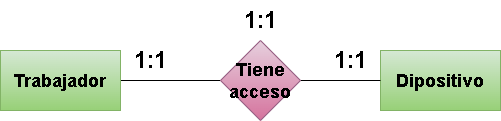
Darkoscurito/Base-de-datos keeps this draw.io diagram as (Unidad-2) (Tarea-3)/img/Ejercicio03.drawio.png. Above is the earlier version. Source tidied: cells renumbered, new cells last; positions are measured from the earlier drawing's top-left corner, leaving out a move shared by most shapes. Source of this version:
```xml
<mxGraphModel>
  <root>
    <mxCell id="0" />
    <mxCell id="1" parent="0" />
    <mxCell id="2" style="edgeStyle=none;html=1;entryX=0;entryY=0.5;entryDx=0;entryDy=0;fontSize=24;endArrow=none;endFill=0;" parent="1" edge="1" source="3" target="6">
      <mxGeometry relative="1" as="geometry" />
    </mxCell>
    <mxCell id="3" value="&lt;h2&gt;&lt;b&gt;Trabajador&lt;/b&gt;&lt;/h2&gt;" style="rounded=0;whiteSpace=wrap;html=1;fillColor=#d5e8d4;strokeColor=#82b366;gradientColor=#97d077;" parent="1" vertex="1">
      <mxGeometry y="50" width="120" height="60" as="geometry" />
    </mxCell>
    <mxCell id="4" value="&lt;h2&gt;&lt;b&gt;Dipositivo&lt;/b&gt;&lt;/h2&gt;" style="rounded=0;whiteSpace=wrap;html=1;fillColor=#d5e8d4;strokeColor=#82b366;gradientColor=#97d077;" parent="1" vertex="1">
      <mxGeometry x="380" y="50" width="120" height="60" as="geometry" />
    </mxCell>
    <mxCell id="5" style="edgeStyle=none;html=1;entryX=0;entryY=0.5;entryDx=0;entryDy=0;fontSize=24;endArrow=none;endFill=0;" parent="1" edge="1" source="6" target="4">
      <mxGeometry relative="1" as="geometry" />
    </mxCell>
    <mxCell id="6" value="&lt;h2&gt;Tiene acceso&lt;/h2&gt;" style="rhombus;whiteSpace=wrap;html=1;fillColor=#e6d0de;strokeColor=#996185;gradientColor=#d5739d;" parent="1" vertex="1">
      <mxGeometry x="220" y="40" width="80" height="80" as="geometry" />
    </mxCell>
    <mxCell id="7" value="&lt;b&gt;1:1&lt;/b&gt;" style="text;html=1;align=center;verticalAlign=middle;strokeColor=none;fillColor=none;fontSize=24;" parent="1" vertex="1">
      <mxGeometry x="120" y="40" width="60" height="40" as="geometry" />
    </mxCell>
    <mxCell id="8" value="&lt;b&gt;1:1&lt;/b&gt;" style="text;html=1;align=center;verticalAlign=middle;strokeColor=none;fillColor=none;fontSize=24;" parent="1" vertex="1">
      <mxGeometry x="320" y="40" width="60" height="40" as="geometry" />
    </mxCell>
    <mxCell id="9" value="&lt;b&gt;1:1&lt;/b&gt;" style="text;html=1;align=center;verticalAlign=middle;strokeColor=none;fillColor=none;fontSize=24;" parent="1" vertex="1">
      <mxGeometry x="230" width="60" height="40" as="geometry" />
    </mxCell>
  </root>
</mxGraphModel>
```
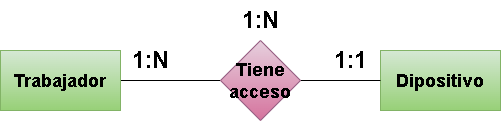
After the commit.

The edit, as a diff of the source:
```diff
@@ -17,13 +17,13 @@
     <mxCell id="6" value="&lt;h2&gt;Tiene acceso&lt;/h2&gt;" style="rhombus;whiteSpace=wrap;html=1;fillColor=#e6d0de;strokeColor=#996185;gradientColor=#d5739d;" parent="1" vertex="1">
       <mxGeometry x="220" y="40" width="80" height="80" as="geometry" />
     </mxCell>
-    <mxCell id="7" value="&lt;b&gt;1:1&lt;/b&gt;" style="text;html=1;align=center;verticalAlign=middle;strokeColor=none;fillColor=none;fontSize=24;" parent="1" vertex="1">
+    <mxCell id="7" value="&lt;b&gt;1:N&lt;/b&gt;" style="text;html=1;align=center;verticalAlign=middle;strokeColor=none;fillColor=none;fontSize=24;" parent="1" vertex="1">
       <mxGeometry x="120" y="40" width="60" height="40" as="geometry" />
     </mxCell>
     <mxCell id="8" value="&lt;b&gt;1:1&lt;/b&gt;" style="text;html=1;align=center;verticalAlign=middle;strokeColor=none;fillColor=none;fontSize=24;" parent="1" vertex="1">
       <mxGeometry x="320" y="40" width="60" height="40" as="geometry" />
     </mxCell>
-    <mxCell id="9" value="&lt;b&gt;1:1&lt;/b&gt;" style="text;html=1;align=center;verticalAlign=middle;strokeColor=none;fillColor=none;fontSize=24;" parent="1" vertex="1">
+    <mxCell id="9" value="&lt;b&gt;1:N&lt;/b&gt;" style="text;html=1;align=center;verticalAlign=middle;strokeColor=none;fillColor=none;fontSize=24;" parent="1" vertex="1">
       <mxGeometry x="230" width="60" height="40" as="geometry" />
     </mxCell>
   </root>
```
